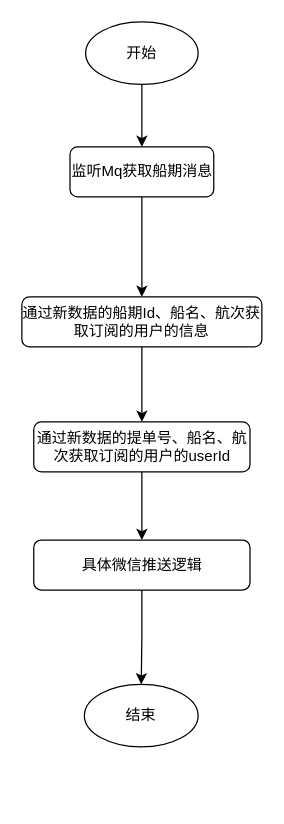
Earlier version of the draw.io diagram port-manager/船期微信推送.drawio (caixuecheng/track-drawio). Source tidied: cells renumbered, new cells numbered last; positions are measured from the earlier drawing's top-left corner, leaving out a move shared by most shapes. Both pictures are drawn from the tidied source at 125%, with x=0, y=0 at pixel (21, 21).
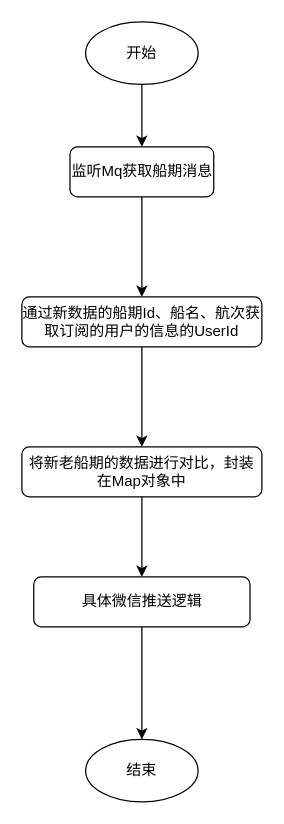
The same diagram, later.

Commit message (it also covers changes not shown here):
更新船期微信推送.drawio

Diff of the diagram source:
```diff
@@
 <mxGraphModel>
   <root>
     <mxCell id="0" />
     <mxCell id="1" parent="0" />
     <mxCell id="2" style="edgeStyle=orthogonalEdgeStyle;rounded=0;jettySize=auto;html=1;exitX=0.5;exitY=1;exitDx=0;exitDy=0;entryX=0.5;entryY=0;entryDx=0;entryDy=0;" parent="1" edge="1" source="3" target="5">
       <mxGeometry relative="1" as="geometry" />
     </mxCell>
     <mxCell id="3" value="开始" style="ellipse;whiteSpace=wrap;html=1;" parent="1" vertex="1">
       <mxGeometry x="51" width="90" height="50" as="geometry" />
     </mxCell>
     <mxCell id="4" style="edgeStyle=orthogonalEdgeStyle;rounded=0;jettySize=auto;html=1;" parent="1" edge="1" source="5" target="7">
       <mxGeometry relative="1" as="geometry" />
     </mxCell>
     <mxCell id="5" value="监听Mq获取船期消息" style="rounded=1;whiteSpace=wrap;html=1;" parent="1" vertex="1">
       <mxGeometry x="38.5" y="100" width="115" height="40" as="geometry" />
     </mxCell>
-    <mxCell id="6" style="edgeStyle=orthogonalEdgeStyle;rounded=0;jettySize=auto;html=1;" parent="1" edge="1" source="7" target="9">
-      <mxGeometry relative="1" as="geometry" />
-    </mxCell>
+    <mxCell id="13" style="edgeStyle=orthogonalEdgeStyle;rounded=0;jettySize=auto;html=1;" parent="1" edge="1" source="7" target="15">
+      <mxGeometry relative="1" as="geometry" />
+    </mxCell>
-    <mxCell id="7" value="通过新数据的船期Id、船名、航次获取订阅的用户的信息" style="rounded=1;whiteSpace=wrap;html=1;" parent="1" vertex="1">
+    <mxCell id="7" value="通过新数据的船期Id、船名、航次获取订阅的用户的信息的UserId" style="rounded=1;whiteSpace=wrap;html=1;" parent="1" vertex="1">
       <mxGeometry y="220" width="192" height="40" as="geometry" />
     </mxCell>
-    <mxCell id="8" style="edgeStyle=orthogonalEdgeStyle;rounded=0;jettySize=auto;html=1;" parent="1" edge="1" source="9" target="11">
-      <mxGeometry relative="1" as="geometry" />
-    </mxCell>
-    <mxCell id="9" value="通过新数据的提单号、船名、航次获取订阅的用户的userId" style="rounded=1;whiteSpace=wrap;html=1;" parent="1" vertex="1">
-      <mxGeometry x="9.5" y="320" width="173" height="40" as="geometry" />
-    </mxCell>
+    <mxCell id="14" style="edgeStyle=orthogonalEdgeStyle;rounded=0;jettySize=auto;html=1;exitX=0.5;exitY=1;exitDx=0;exitDy=0;entryX=0.5;entryY=0;entryDx=0;entryDy=0;" parent="1" edge="1" source="15" target="11">
+      <mxGeometry relative="1" as="geometry" />
+    </mxCell>
+    <mxCell id="15" value="将新老船期的数据进行对比，封装在Map对象中" style="rounded=1;whiteSpace=wrap;html=1;" parent="1" vertex="1">
+      <mxGeometry y="340" width="192" height="40" as="geometry" />
+    </mxCell>
     <mxCell id="10" style="edgeStyle=orthogonalEdgeStyle;rounded=0;jettySize=auto;html=1;exitX=0.5;exitY=1;exitDx=0;exitDy=0;entryX=0.5;entryY=0;entryDx=0;entryDy=0;" parent="1" edge="1" source="11" target="12">
       <mxGeometry relative="1" as="geometry" />
     </mxCell>
     <mxCell id="11" value="具体微信推送逻辑" style="rounded=1;whiteSpace=wrap;html=1;" parent="1" vertex="1">
-      <mxGeometry x="9.5" y="414.5" width="173" height="40" as="geometry" />
+      <mxGeometry x="9.5" y="444" width="173" height="40" as="geometry" />
     </mxCell>
     <mxCell id="12" value="结束" style="ellipse;whiteSpace=wrap;html=1;" parent="1" vertex="1">
-      <mxGeometry x="50" y="530" width="91" height="50" as="geometry" />
+      <mxGeometry x="51" y="574" width="90" height="50" as="geometry" />
     </mxCell>
   </root>
 </mxGraphModel>
```
